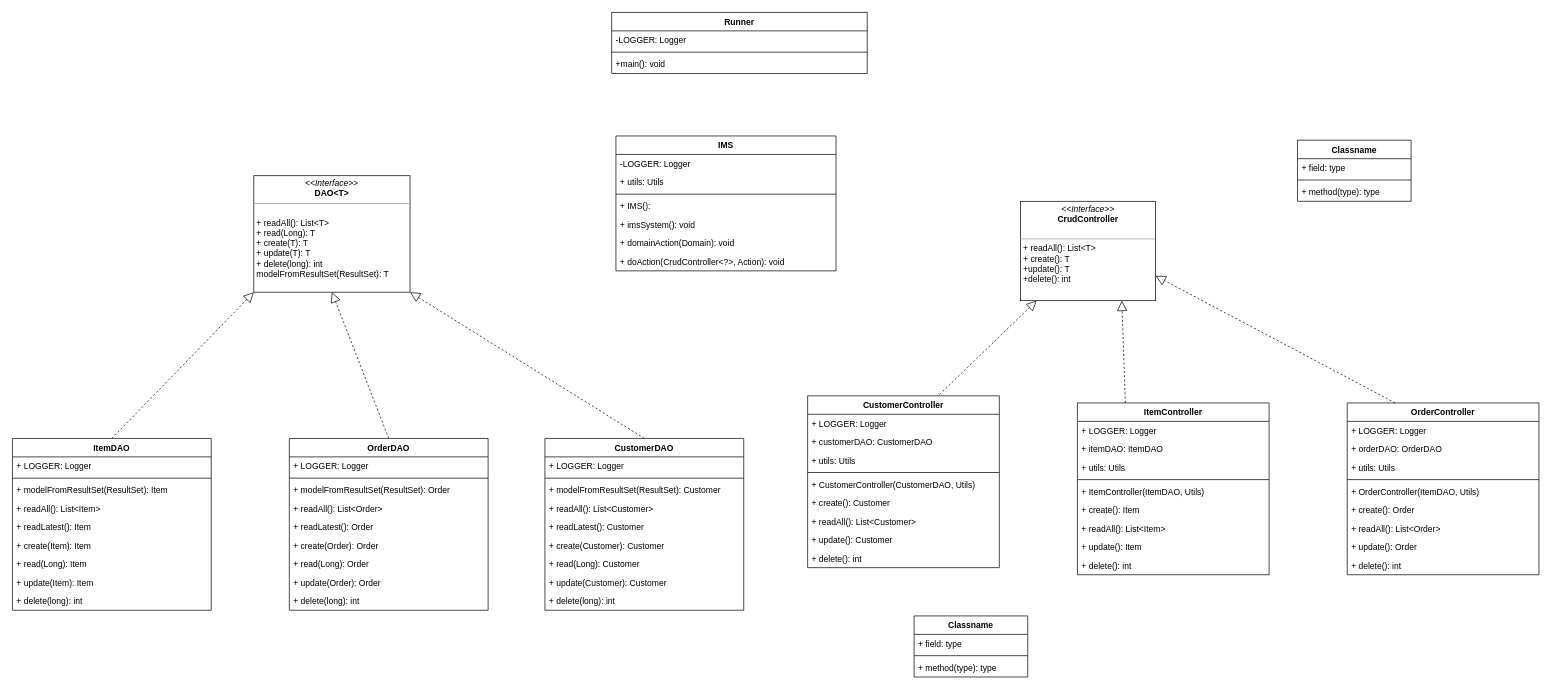
Before: documentation/UML.drawio in KesterJJ/IMS-project, a draw.io diagram. Source tidied: cells renumbered, new cells numbered last; positions are measured from the earlier drawing's top-left corner, leaving out a move shared by most shapes. Both pictures are drawn from the tidied source at 71%, with x=0, y=0 at pixel (12, 12).
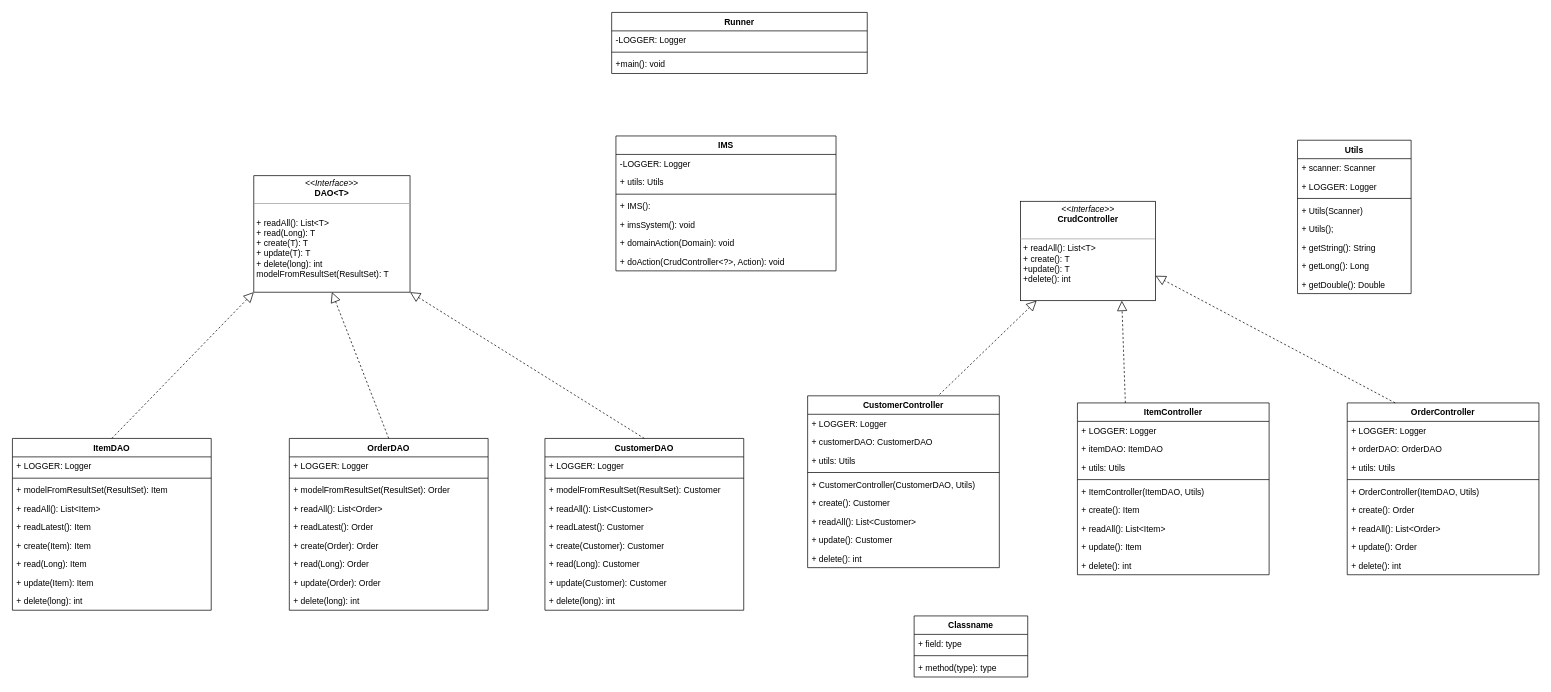
After the change.

The edit, as a diff of the source:
```diff
@@
-    <mxCell id="28" value="Classname" style="swimlane;fontStyle=1;align=center;verticalAlign=top;horizontal=1;startSize=26;" parent="1" vertex="1">
-      <mxGeometry x="1810" y="180" width="160" height="86" as="geometry" />
+    <mxCell id="28" value="Utils" style="swimlane;fontStyle=1;align=center;verticalAlign=top;horizontal=1;startSize=26;" parent="1" vertex="1">
+      <mxGeometry x="1810" y="180" width="160" height="216" as="geometry" />
     </mxCell>
+    <mxCell id="90" value="+ scanner: Scanner" style="text;strokeColor=none;fillColor=none;align=left;verticalAlign=top;spacingLeft=4;spacingRight=4;overflow=hidden;" parent="28" vertex="1">
+      <mxGeometry y="26" width="160" height="26" as="geometry" />
+    </mxCell>
-    <mxCell id="29" value="+ field: type" style="text;strokeColor=none;fillColor=none;align=left;verticalAlign=top;spacingLeft=4;spacingRight=4;overflow=hidden;" parent="28" vertex="1">
-      <mxGeometry y="26" width="160" height="26" as="geometry" />
+    <mxCell id="29" value="+ LOGGER: Logger" style="text;strokeColor=none;fillColor=none;align=left;verticalAlign=top;spacingLeft=4;spacingRight=4;overflow=hidden;" parent="28" vertex="1">
+      <mxGeometry y="52" width="160" height="26" as="geometry" />
     </mxCell>
     <mxCell id="30" style="line;strokeWidth=1;fillColor=none;align=left;verticalAlign=middle;spacingTop=-1;spacingLeft=3;spacingRight=3;labelPosition=right;" parent="28" vertex="1">
-      <mxGeometry y="52" width="160" height="8" as="geometry" />
+      <mxGeometry y="78" width="160" height="8" as="geometry" />
     </mxCell>
-    <mxCell id="31" value="+ method(type): type" style="text;strokeColor=none;fillColor=none;align=left;verticalAlign=top;spacingLeft=4;spacingRight=4;overflow=hidden;" parent="28" vertex="1">
-      <mxGeometry y="60" width="160" height="26" as="geometry" />
+    <mxCell id="31" value="+ Utils(Scanner)" style="text;strokeColor=none;fillColor=none;align=left;verticalAlign=top;spacingLeft=4;spacingRight=4;overflow=hidden;" parent="28" vertex="1">
+      <mxGeometry y="86" width="160" height="26" as="geometry" />
     </mxCell>
+    <mxCell id="91" value="+ Utils();" style="text;strokeColor=none;fillColor=none;align=left;verticalAlign=top;spacingLeft=4;spacingRight=4;overflow=hidden;" parent="28" vertex="1">
+      <mxGeometry y="112" width="160" height="26" as="geometry" />
+    </mxCell>
+    <mxCell id="92" value="+ getString(): String" style="text;strokeColor=none;fillColor=none;align=left;verticalAlign=top;spacingLeft=4;spacingRight=4;overflow=hidden;" parent="28" vertex="1">
+      <mxGeometry y="138" width="160" height="26" as="geometry" />
+    </mxCell>
+    <mxCell id="93" value="+ getLong(): Long" style="text;strokeColor=none;fillColor=none;align=left;verticalAlign=top;spacingLeft=4;spacingRight=4;overflow=hidden;" parent="28" vertex="1">
+      <mxGeometry y="164" width="160" height="26" as="geometry" />
+    </mxCell>
+    <mxCell id="94" value="+ getDouble(): Double" style="text;strokeColor=none;fillColor=none;align=left;verticalAlign=top;spacingLeft=4;spacingRight=4;overflow=hidden;" parent="28" vertex="1">
+      <mxGeometry y="190" width="160" height="26" as="geometry" />
+    </mxCell>
```
